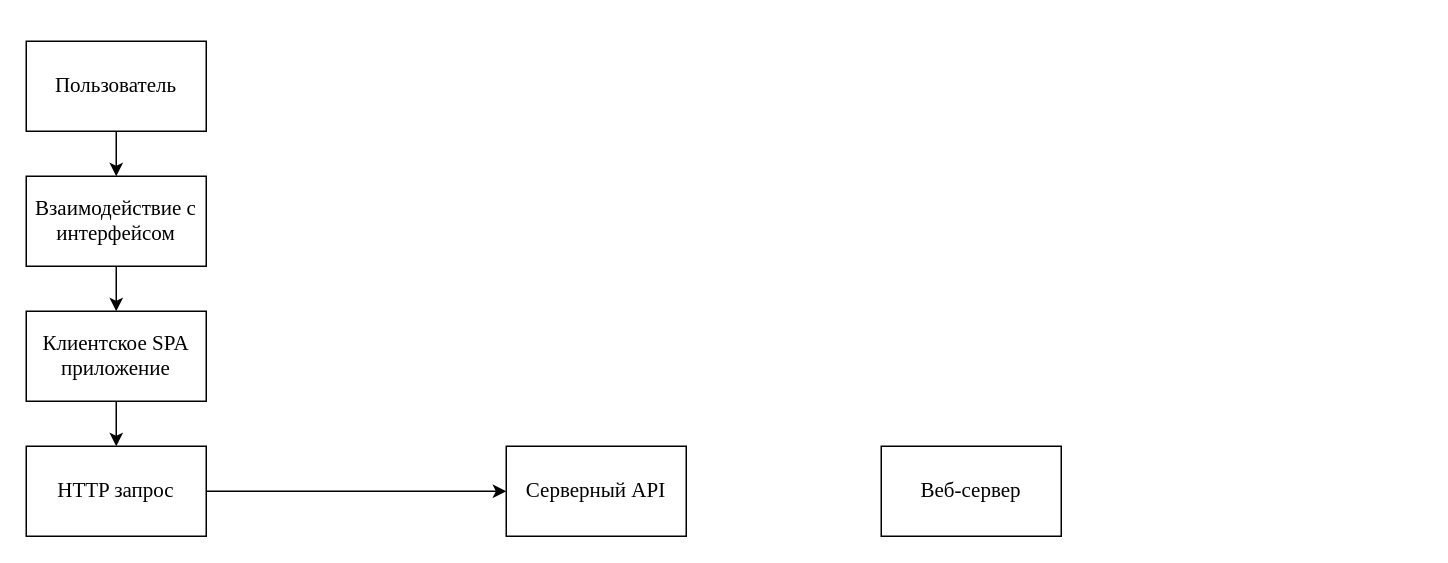
arturyumaev/Bachelor-Diploma-Docs keeps this draw.io diagram as client server interconnection.drawio. Above is the earlier version. Source tidied: cells renumbered, new cells numbered last; positions are measured from the earlier drawing's top-left corner, leaving out a move shared by most shapes. Both pictures are drawn from the tidied source at 150%, with x=0, y=0 at pixel (26, 40).
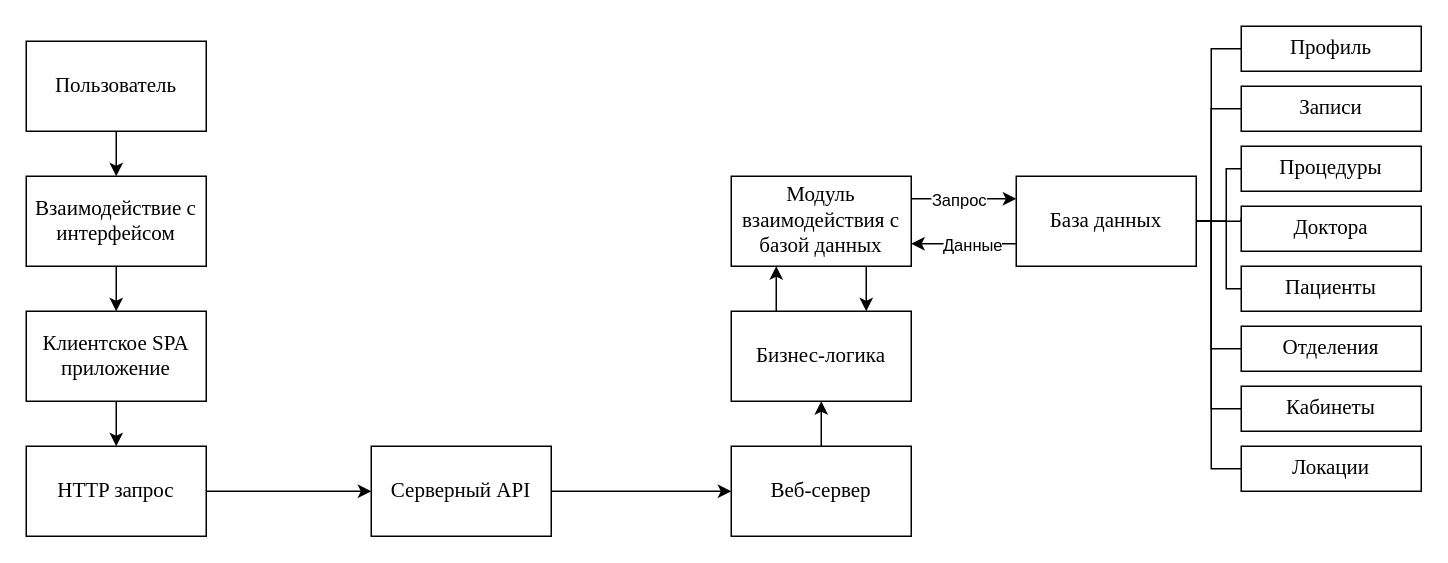
After the change.

Diff of the diagram source:
```diff
@@
+    <mxCell id="12" style="edgeStyle=orthogonalEdgeStyle;rounded=0;jettySize=auto;html=1;exitX=1;exitY=0.5;exitDx=0;exitDy=0;entryX=0;entryY=0.5;entryDx=0;entryDy=0;" parent="1" edge="1" source="8" target="11">
+      <mxGeometry relative="1" as="geometry" />
+    </mxCell>
     <mxCell id="8" value="&lt;font face=&quot;Times New Roman&quot;&gt;&lt;span style=&quot;font-size: 14px&quot;&gt;Серверный API&lt;/span&gt;&lt;/font&gt;" style="rounded=0;whiteSpace=wrap;html=1;" parent="1" vertex="1">
-      <mxGeometry x="320" y="270" width="120" height="60" as="geometry" />
+      <mxGeometry x="230" y="270" width="120" height="60" as="geometry" />
     </mxCell>
@@
+    <mxCell id="13" style="edgeStyle=orthogonalEdgeStyle;rounded=0;jettySize=auto;html=1;exitX=0.5;exitY=0;exitDx=0;exitDy=0;entryX=0.5;entryY=1;entryDx=0;entryDy=0;" parent="1" edge="1" source="11" target="15">
+      <mxGeometry relative="1" as="geometry" />
+    </mxCell>
     <mxCell id="11" value="&lt;font face=&quot;Times New Roman&quot;&gt;&lt;span style=&quot;font-size: 14px&quot;&gt;Веб-сервер&lt;/span&gt;&lt;/font&gt;" style="rounded=0;whiteSpace=wrap;html=1;" parent="1" vertex="1">
-      <mxGeometry x="570" y="270" width="120" height="60" as="geometry" />
+      <mxGeometry x="470" y="270" width="120" height="60" as="geometry" />
     </mxCell>
+    <mxCell id="14" style="edgeStyle=orthogonalEdgeStyle;rounded=0;jettySize=auto;html=1;exitX=0.25;exitY=0;exitDx=0;exitDy=0;entryX=0.25;entryY=1;entryDx=0;entryDy=0;endArrow=classic;endFill=1;" parent="1" edge="1" source="15" target="17">
+      <mxGeometry relative="1" as="geometry" />
+    </mxCell>
+    <mxCell id="15" value="&lt;font face=&quot;Times New Roman&quot;&gt;&lt;span style=&quot;font-size: 14px&quot;&gt;Бизнес-логика&lt;/span&gt;&lt;/font&gt;" style="rounded=0;whiteSpace=wrap;html=1;" parent="1" vertex="1">
+      <mxGeometry x="470" y="180" width="120" height="60" as="geometry" />
+    </mxCell>
+    <mxCell id="16" style="edgeStyle=orthogonalEdgeStyle;rounded=0;jettySize=auto;html=1;exitX=0.75;exitY=1;exitDx=0;exitDy=0;entryX=0.75;entryY=0;entryDx=0;entryDy=0;endArrow=classic;endFill=1;" parent="1" edge="1" source="17" target="15">
+      <mxGeometry relative="1" as="geometry" />
+    </mxCell>
+    <mxCell id="17" value="&lt;font face=&quot;Times New Roman&quot;&gt;&lt;span style=&quot;font-size: 14px&quot;&gt;Модуль взаимодействия с базой данных&lt;/span&gt;&lt;/font&gt;" style="rounded=0;whiteSpace=wrap;html=1;" parent="1" vertex="1">
+      <mxGeometry x="470" y="90" width="120" height="60" as="geometry" />
+    </mxCell>
+    <mxCell id="18" style="edgeStyle=orthogonalEdgeStyle;rounded=0;jettySize=auto;html=1;exitX=1;exitY=0.5;exitDx=0;exitDy=0;entryX=0;entryY=0.5;entryDx=0;entryDy=0;endArrow=none;endFill=0;" parent="1" edge="1" source="28" target="29">
+      <mxGeometry relative="1" as="geometry">
+        <Array as="points">
+          <mxPoint x="790" y="120" />
+          <mxPoint x="790" y="5" />
+        </Array>
+      </mxGeometry>
+    </mxCell>
+    <mxCell id="19" style="edgeStyle=orthogonalEdgeStyle;rounded=0;jettySize=auto;html=1;exitX=1;exitY=0.5;exitDx=0;exitDy=0;entryX=0;entryY=0.5;entryDx=0;entryDy=0;endArrow=none;endFill=0;" parent="1" edge="1" source="28" target="30">
+      <mxGeometry relative="1" as="geometry">
+        <Array as="points">
+          <mxPoint x="790" y="120" />
+          <mxPoint x="790" y="45" />
+        </Array>
+      </mxGeometry>
+    </mxCell>
+    <mxCell id="20" style="edgeStyle=orthogonalEdgeStyle;rounded=0;jettySize=auto;html=1;exitX=1;exitY=0.5;exitDx=0;exitDy=0;entryX=0;entryY=0.5;entryDx=0;entryDy=0;endArrow=none;endFill=0;" parent="1" edge="1" source="28" target="31">
+      <mxGeometry relative="1" as="geometry" />
+    </mxCell>
+    <mxCell id="21" style="edgeStyle=orthogonalEdgeStyle;rounded=0;jettySize=auto;html=1;exitX=1;exitY=0.5;exitDx=0;exitDy=0;entryX=0;entryY=0.25;entryDx=0;entryDy=0;endArrow=none;endFill=0;" parent="1" edge="1" source="28" target="32">
+      <mxGeometry relative="1" as="geometry" />
+    </mxCell>
+    <mxCell id="22" style="edgeStyle=orthogonalEdgeStyle;rounded=0;jettySize=auto;html=1;exitX=1;exitY=0.5;exitDx=0;exitDy=0;entryX=0;entryY=0.5;entryDx=0;entryDy=0;endArrow=none;endFill=0;" parent="1" edge="1" source="28" target="33">
+      <mxGeometry relative="1" as="geometry" />
+    </mxCell>
+    <mxCell id="23" style="edgeStyle=orthogonalEdgeStyle;rounded=0;jettySize=auto;html=1;exitX=1;exitY=0.5;exitDx=0;exitDy=0;entryX=0;entryY=0.5;entryDx=0;entryDy=0;endArrow=none;endFill=0;" parent="1" edge="1" source="28" target="34">
+      <mxGeometry relative="1" as="geometry">
+        <Array as="points">
+          <mxPoint x="790" y="120" />
+          <mxPoint x="790" y="205" />
+        </Array>
+      </mxGeometry>
+    </mxCell>
+    <mxCell id="24" style="edgeStyle=orthogonalEdgeStyle;rounded=0;jettySize=auto;html=1;exitX=1;exitY=0.5;exitDx=0;exitDy=0;entryX=0;entryY=0.5;entryDx=0;entryDy=0;endArrow=none;endFill=0;" parent="1" edge="1" source="28" target="35">
+      <mxGeometry relative="1" as="geometry">
+        <Array as="points">
+          <mxPoint x="790" y="120" />
+          <mxPoint x="790" y="245" />
+        </Array>
+      </mxGeometry>
+    </mxCell>
+    <mxCell id="25" style="edgeStyle=orthogonalEdgeStyle;rounded=0;jettySize=auto;html=1;exitX=1;exitY=0.5;exitDx=0;exitDy=0;entryX=0;entryY=0.5;entryDx=0;entryDy=0;endArrow=none;endFill=0;" parent="1" edge="1" source="28" target="36">
+      <mxGeometry relative="1" as="geometry">
+        <Array as="points">
+          <mxPoint x="790" y="120" />
+          <mxPoint x="790" y="285" />
+        </Array>
+      </mxGeometry>
+    </mxCell>
+    <mxCell id="26" style="edgeStyle=orthogonalEdgeStyle;rounded=0;jettySize=auto;html=1;exitX=0;exitY=0.75;exitDx=0;exitDy=0;entryX=1;entryY=0.75;entryDx=0;entryDy=0;endArrow=classic;endFill=1;" parent="1" edge="1" source="28" target="17">
+      <mxGeometry relative="1" as="geometry" />
+    </mxCell>
+    <mxCell id="27" value="Данные" style="edgeLabel;html=1;align=center;verticalAlign=middle;" parent="26" vertex="1">
+      <mxGeometry x="-0.13" relative="1" as="geometry" />
+    </mxCell>
+    <mxCell id="28" value="&lt;font face=&quot;Times New Roman&quot;&gt;&lt;span style=&quot;font-size: 14px&quot;&gt;База данных&lt;/span&gt;&lt;/font&gt;" style="rounded=0;whiteSpace=wrap;html=1;" parent="1" vertex="1">
+      <mxGeometry x="660" y="90" width="120" height="60" as="geometry" />
+    </mxCell>
+    <mxCell id="29" value="&lt;font face=&quot;Times New Roman&quot;&gt;&lt;span style=&quot;font-size: 14px&quot;&gt;Профиль&lt;/span&gt;&lt;/font&gt;" style="rounded=0;whiteSpace=wrap;html=1;" parent="1" vertex="1">
+      <mxGeometry x="810" y="-10" width="120" height="30" as="geometry" />
+    </mxCell>
+    <mxCell id="30" value="&lt;font face=&quot;Times New Roman&quot;&gt;&lt;span style=&quot;font-size: 14px&quot;&gt;Записи&lt;/span&gt;&lt;/font&gt;" style="rounded=0;whiteSpace=wrap;html=1;" parent="1" vertex="1">
+      <mxGeometry x="810" y="30" width="120" height="30" as="geometry" />
+    </mxCell>
+    <mxCell id="31" value="&lt;font face=&quot;Times New Roman&quot;&gt;&lt;span style=&quot;font-size: 14px&quot;&gt;Процедуры&lt;/span&gt;&lt;/font&gt;" style="rounded=0;whiteSpace=wrap;html=1;" parent="1" vertex="1">
+      <mxGeometry x="810" y="70" width="120" height="30" as="geometry" />
+    </mxCell>
+    <mxCell id="32" value="&lt;font face=&quot;Times New Roman&quot;&gt;&lt;span style=&quot;font-size: 14px&quot;&gt;Доктора&lt;/span&gt;&lt;/font&gt;" style="rounded=0;whiteSpace=wrap;html=1;" parent="1" vertex="1">
+      <mxGeometry x="810" y="110" width="120" height="30" as="geometry" />
+    </mxCell>
+    <mxCell id="33" value="&lt;font face=&quot;Times New Roman&quot;&gt;&lt;span style=&quot;font-size: 14px&quot;&gt;Пациенты&lt;/span&gt;&lt;/font&gt;" style="rounded=0;whiteSpace=wrap;html=1;" parent="1" vertex="1">
+      <mxGeometry x="810" y="150" width="120" height="30" as="geometry" />
+    </mxCell>
+    <mxCell id="34" value="&lt;font face=&quot;Times New Roman&quot;&gt;&lt;span style=&quot;font-size: 14px&quot;&gt;Отделения&lt;/span&gt;&lt;/font&gt;" style="rounded=0;whiteSpace=wrap;html=1;" parent="1" vertex="1">
+      <mxGeometry x="810" y="190" width="120" height="30" as="geometry" />
+    </mxCell>
+    <mxCell id="35" value="&lt;font face=&quot;Times New Roman&quot;&gt;&lt;span style=&quot;font-size: 14px&quot;&gt;Кабинеты&lt;/span&gt;&lt;/font&gt;" style="rounded=0;whiteSpace=wrap;html=1;" parent="1" vertex="1">
+      <mxGeometry x="810" y="230" width="120" height="30" as="geometry" />
+    </mxCell>
+    <mxCell id="36" value="&lt;font face=&quot;Times New Roman&quot;&gt;&lt;span style=&quot;font-size: 14px&quot;&gt;Локации&lt;/span&gt;&lt;/font&gt;" style="rounded=0;whiteSpace=wrap;html=1;" parent="1" vertex="1">
+      <mxGeometry x="810" y="270" width="120" height="30" as="geometry" />
+    </mxCell>
+    <mxCell id="37" style="endArrow=classic;html=1;exitX=1;exitY=0.25;exitDx=0;exitDy=0;entryX=0;entryY=0.25;entryDx=0;entryDy=0;" parent="1" edge="1" source="17" target="28">
+      <mxGeometry relative="1" as="geometry" />
+    </mxCell>
+    <mxCell id="38" value="Запрос" style="edgeLabel;html=1;align=center;verticalAlign=middle;" parent="37" vertex="1">
+      <mxGeometry x="-0.11" relative="1" as="geometry" />
+    </mxCell>
```
